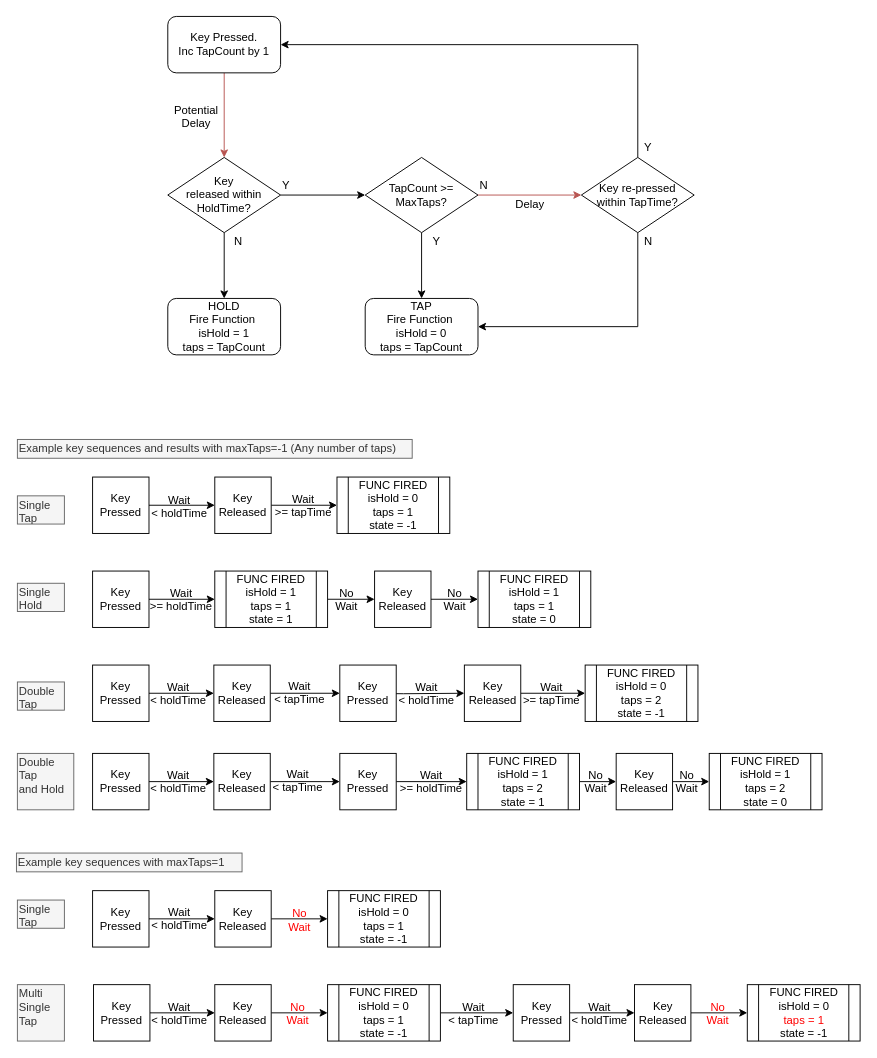
Earlier version of the draw.io diagram THM Diagrams.drawio (evilC/TapHoldManager). Source tidied: cells renumbered, new cells numbered last; positions are measured from the earlier drawing's top-left corner, leaving out a move shared by most shapes. Both pictures are drawn from the tidied source at 94%, with x=0, y=0 at pixel (16, 16).
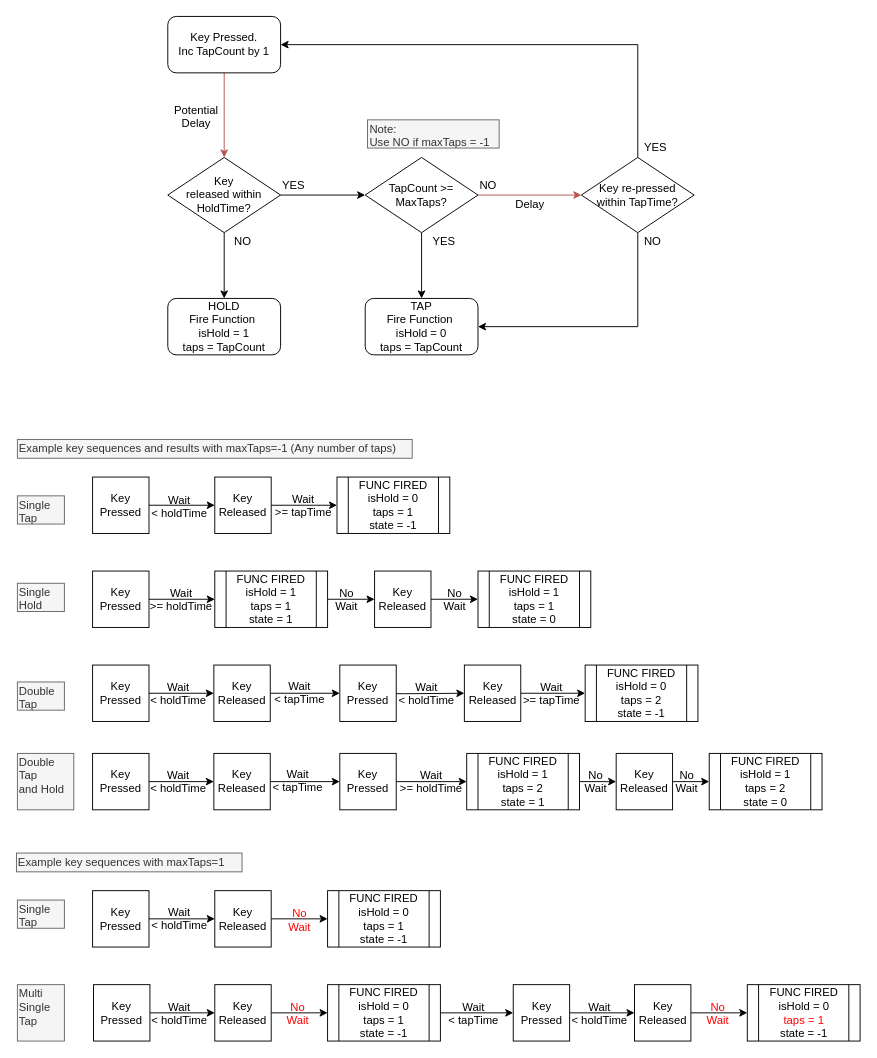
The same diagram, later.

The change refers to these unchanged cells:
```xml
<mxCell id="6" style="group;" parent="1" vertex="1">
  <mxGeometry x="161" y="150" width="120" height="100" as="geometry" />
</mxCell>
<mxCell id="9" style="group;" parent="1" vertex="1">
  <mxGeometry x="371" y="150" width="120" height="100" as="geometry" />
</mxCell>
```

Diff of the diagram source:
```diff
@@
-    <mxCell id="8" value="N" style="text;html=1;align=left;verticalAlign=top;spacingTop=-4;" parent="6" vertex="1">
-      <mxGeometry x="69" y="80" width="20" height="20" as="geometry" />
+    <mxCell id="8" value="NO" style="text;html=1;align=left;verticalAlign=top;spacingTop=-4;" parent="6" vertex="1">
+      <mxGeometry x="69" y="80" width="30" height="20" as="geometry" />
     </mxCell>
@@
-    <mxCell id="11" value="Y" style="text;html=1;align=left;verticalAlign=top;spacingTop=-4;" parent="9" vertex="1">
-      <mxGeometry x="70" y="80" width="20" height="20" as="geometry" />
+    <mxCell id="11" value="YES" style="text;html=1;align=left;verticalAlign=top;spacingTop=-4;" parent="9" vertex="1">
+      <mxGeometry x="70" y="80" width="40" height="20" as="geometry" />
     </mxCell>
@@
-    <mxCell id="13" value="Y" style="text;html=1;align=left;verticalAlign=top;spacingTop=-4;" parent="1" vertex="1">
-      <mxGeometry x="281" y="170" width="20" height="20" as="geometry" />
+    <mxCell id="13" value="YES" style="text;html=1;align=left;verticalAlign=top;spacingTop=-4;" parent="1" vertex="1">
+      <mxGeometry x="281" y="170" width="40" height="20" as="geometry" />
     </mxCell>
@@
-    <mxCell id="20" value="N" style="text;html=1;align=left;verticalAlign=top;spacingTop=-4;" parent="1" vertex="1">
-      <mxGeometry x="666" y="230" width="20" height="20" as="geometry" />
+    <mxCell id="20" value="NO" style="text;html=1;align=left;verticalAlign=top;spacingTop=-4;" parent="1" vertex="1">
+      <mxGeometry x="666" y="230" width="30" height="20" as="geometry" />
     </mxCell>
-    <mxCell id="21" value="Y" style="text;html=1;align=left;verticalAlign=top;spacingTop=-4;" parent="1" vertex="1">
-      <mxGeometry x="666" y="130" width="20" height="20" as="geometry" />
+    <mxCell id="21" value="YES" style="text;html=1;align=left;verticalAlign=top;spacingTop=-4;" parent="1" vertex="1">
+      <mxGeometry x="666" y="130" width="40" height="20" as="geometry" />
     </mxCell>
-    <mxCell id="22" value="N" style="text;html=1;align=left;verticalAlign=top;spacingTop=-4;" parent="1" vertex="1">
-      <mxGeometry x="491" y="170" width="20" height="20" as="geometry" />
+    <mxCell id="22" value="NO" style="text;html=1;align=left;verticalAlign=top;spacingTop=-4;" parent="1" vertex="1">
+      <mxGeometry x="491" y="170" width="30" height="20" as="geometry" />
     </mxCell>
@@
+    <mxCell id="102" value="Note:&lt;br&gt;Use NO if maxTaps = -1&lt;br&gt;" style="text;html=1;align=left;verticalAlign=top;spacingTop=-4;fontColor=#333333;fillColor=#f5f5f5;strokeColor=#666666;" parent="1" vertex="1">
+      <mxGeometry x="373.5" y="110" width="140" height="30" as="geometry" />
+    </mxCell>
```
